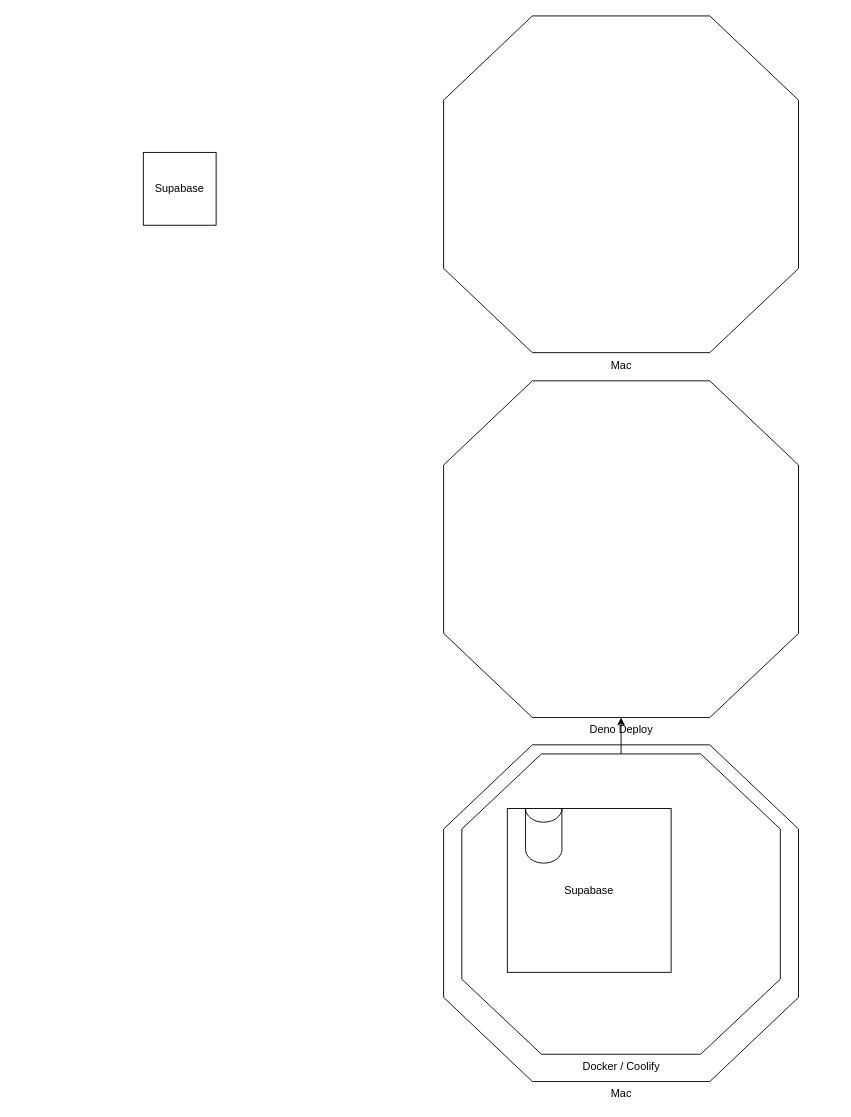
ezrover/macbook-dev-setup keeps this draw.io diagram as MyCloudDev.drawio. Above is the earlier version. Source tidied: cells renumbered, new cells numbered last; positions are measured from the earlier drawing's top-left corner, leaving out a move shared by most shapes. Both pictures are drawn from the tidied source at 91%, with x=0, y=0 at pixel (143, 15).
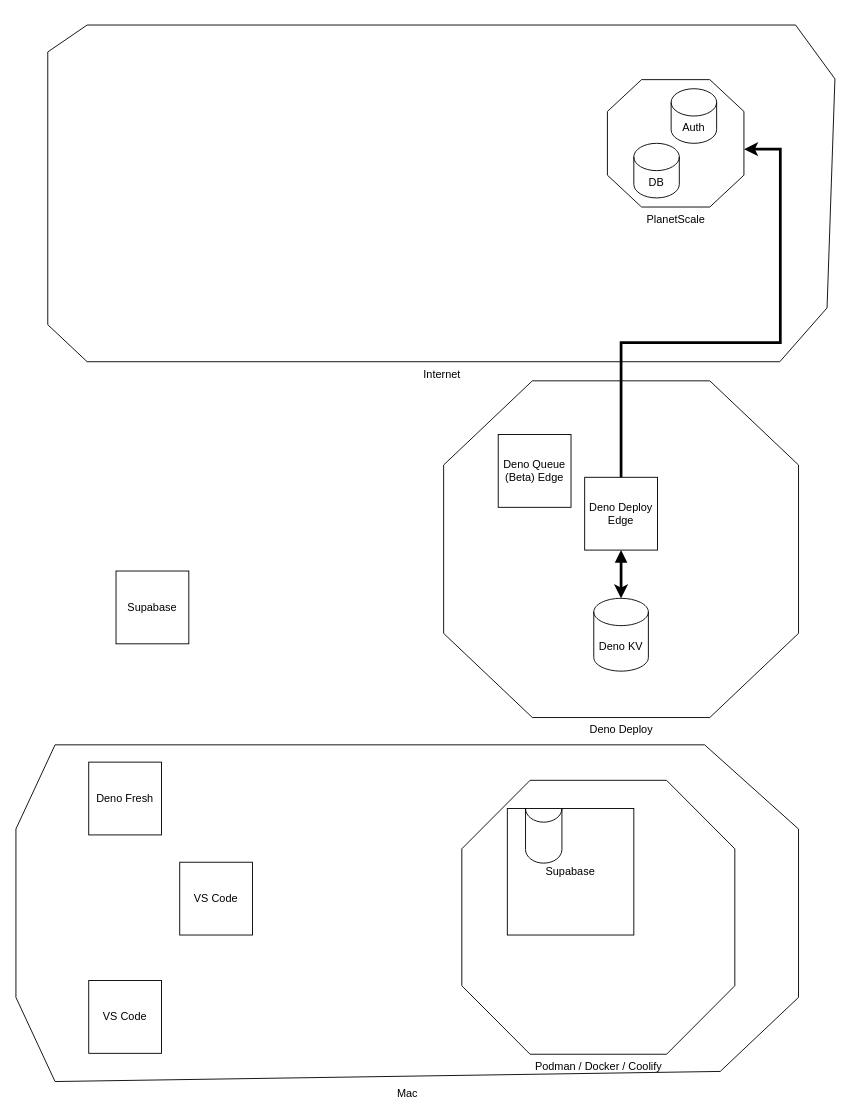
Above is the later version.

The change refers to these unchanged cells:
```xml
<mxCell id="8" value="Deno Deploy" style="verticalLabelPosition=bottom;verticalAlign=top;html=1;shape=mxgraph.basic.polygon;polyCoords=[[0.25,0],[0.75,0],[1,0.25],[1,0.75],[0.75,1],[0.25,1],[0,0.75],[0,0.25]];polyline=0;" parent="1" vertex="1">
  <mxGeometry x="330" y="401" width="390" height="370" as="geometry" />
</mxCell>
```

The edit, as a diff of the source:
```diff
@@
+    <mxCell id="10" value="Internet" style="verticalLabelPosition=bottom;verticalAlign=top;html=1;shape=mxgraph.basic.polygon;polyCoords=[[0.05,0],[0.95,0],[1,0.16],[0.99,0.84],[0.93,1],[0.05,1],[0,0.89],[0,0.08]];polyline=0;" parent="1" vertex="1">
+      <mxGeometry x="-105" y="10" width="865" height="370" as="geometry" />
+    </mxCell>
-    <mxCell id="2" value="Mac" style="verticalLabelPosition=bottom;verticalAlign=top;html=1;shape=mxgraph.basic.polygon;polyCoords=[[0.25,0],[0.75,0],[1,0.25],[1,0.75],[0.75,1],[0.25,1],[0,0.75],[0,0.25]];polyline=0;" parent="1" vertex="1">
-      <mxGeometry x="330" y="801" width="390" height="370" as="geometry" />
+    <mxCell id="2" value="Mac" style="verticalLabelPosition=bottom;verticalAlign=top;html=1;shape=mxgraph.basic.polygon;polyCoords=[[0.05,0],[0.88,0],[1,0.25],[1,0.75],[0.9,0.97],[0.05,1],[0,0.75],[0,0.25]];polyline=0;" parent="1" vertex="1">
+      <mxGeometry x="-140" y="801" width="860" height="370" as="geometry" />
     </mxCell>
-    <mxCell id="3" style="edgeStyle=orthogonalEdgeStyle;rounded=0;jettySize=auto;html=1;" parent="1" edge="1" source="4" target="8">
-      <mxGeometry relative="1" as="geometry" />
-    </mxCell>
-    <mxCell id="4" value="Docker / Coolify" style="verticalLabelPosition=bottom;verticalAlign=top;html=1;shape=mxgraph.basic.polygon;polyCoords=[[0.25,0],[0.75,0],[1,0.25],[1,0.75],[0.75,1],[0.25,1],[0,0.75],[0,0.25]];polyline=0;" parent="1" vertex="1">
-      <mxGeometry x="350" y="811" width="350" height="330" as="geometry" />
+    <mxCell id="4" value="Podman / Docker / Coolify" style="verticalLabelPosition=bottom;verticalAlign=top;html=1;shape=mxgraph.basic.polygon;polyCoords=[[0.25,0],[0.75,0],[1,0.25],[1,0.75],[0.75,1],[0.25,1],[0,0.75],[0,0.25]];polyline=0;" parent="1" vertex="1">
+      <mxGeometry x="350" y="840" width="300" height="301" as="geometry" />
     </mxCell>
     <mxCell id="5" value="Supabase" style="whiteSpace=wrap;html=1;" parent="1" vertex="1">
-      <mxGeometry y="150" width="80" height="80" as="geometry" />
+      <mxGeometry x="-30" y="610" width="80" height="80" as="geometry" />
     </mxCell>
     <mxCell id="6" value="Supabase" style="whiteSpace=wrap;html=1;" parent="1" vertex="1">
-      <mxGeometry x="400" y="871" width="180" height="180" as="geometry" />
+      <mxGeometry x="400" y="871" width="139" height="139" as="geometry" />
     </mxCell>
@@
-    <mxCell id="9" value="Mac" style="verticalLabelPosition=bottom;verticalAlign=top;html=1;shape=mxgraph.basic.polygon;polyCoords=[[0.25,0],[0.75,0],[1,0.25],[1,0.75],[0.75,1],[0.25,1],[0,0.75],[0,0.25]];polyline=0;" parent="1" vertex="1">
-      <mxGeometry x="330" width="390" height="370" as="geometry" />
+    <mxCell id="9" value="PlanetScale" style="verticalLabelPosition=bottom;verticalAlign=top;html=1;shape=mxgraph.basic.polygon;polyCoords=[[0.25,0],[0.75,0],[1,0.25],[1,0.75],[0.75,1],[0.25,1],[0,0.75],[0,0.25]];polyline=0;" parent="1" vertex="1">
+      <mxGeometry x="510" y="70" width="150" height="140" as="geometry" />
     </mxCell>
+    <mxCell id="11" value="Deno KV" style="shape=cylinder3;whiteSpace=wrap;html=1;boundedLbl=1;backgroundOutline=1;size=15;" parent="1" vertex="1">
+      <mxGeometry x="495" y="640" width="60" height="80" as="geometry" />
+    </mxCell>
+    <mxCell id="12" style="edgeStyle=orthogonalEdgeStyle;rounded=0;jettySize=auto;html=1;exitX=0.5;exitY=1;exitDx=0;exitDy=0;strokeWidth=3;startArrow=block;startFill=1;" parent="1" edge="1" source="13" target="11">
+      <mxGeometry relative="1" as="geometry" />
+    </mxCell>
+    <mxCell id="13" value="Deno Deploy Edge" style="whiteSpace=wrap;html=1;" parent="1" vertex="1">
+      <mxGeometry x="485" y="507" width="80" height="80" as="geometry" />
+    </mxCell>
+    <mxCell id="14" value="Deno Fresh" style="whiteSpace=wrap;html=1;" parent="1" vertex="1">
+      <mxGeometry x="-60" y="820" width="80" height="80" as="geometry" />
+    </mxCell>
+    <mxCell id="15" value="Deno Queue (Beta) Edge" style="whiteSpace=wrap;html=1;" parent="1" vertex="1">
+      <mxGeometry x="390" y="460" width="80" height="80" as="geometry" />
+    </mxCell>
+    <mxCell id="16" value="VS Code" style="whiteSpace=wrap;html=1;" parent="1" vertex="1">
+      <mxGeometry x="-60" y="1060" width="80" height="80" as="geometry" />
+    </mxCell>
+    <mxCell id="17" value="VS Code" style="whiteSpace=wrap;html=1;" parent="1" vertex="1">
+      <mxGeometry x="40" y="930" width="80" height="80" as="geometry" />
+    </mxCell>
+    <mxCell id="18" value="Auth" style="shape=cylinder3;whiteSpace=wrap;html=1;boundedLbl=1;backgroundOutline=1;size=15;" parent="1" vertex="1">
+      <mxGeometry x="580" y="80" width="50" height="60" as="geometry" />
+    </mxCell>
+    <mxCell id="19" value="DB" style="shape=cylinder3;whiteSpace=wrap;html=1;boundedLbl=1;backgroundOutline=1;size=15;" parent="1" vertex="1">
+      <mxGeometry x="539" y="140" width="50" height="60" as="geometry" />
+    </mxCell>
+    <mxCell id="20" style="edgeStyle=orthogonalEdgeStyle;rounded=0;jettySize=auto;html=1;exitX=0.5;exitY=0;exitDx=0;exitDy=0;entryX=1.001;entryY=0.546;entryDx=0;entryDy=0;entryPerimeter=0;strokeColor=default;strokeWidth=3;align=center;verticalAlign=middle;fontFamily=Helvetica;fontSize=11;fontColor=default;labelBackgroundColor=default;endArrow=classic;" parent="1" edge="1" source="13" target="9">
+      <mxGeometry relative="1" as="geometry">
+        <Array as="points">
+          <mxPoint x="525" y="359" />
+          <mxPoint x="700" y="359" />
+          <mxPoint x="700" y="146" />
+        </Array>
+      </mxGeometry>
+    </mxCell>
```
